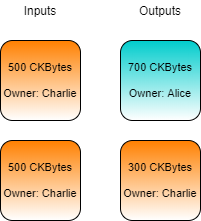
The draw.io diagram .gitbook/assets/charlie-transaction.png in jordanmack/developer-training-course-documentation, before a commit. Source tidied: cells renumbered, new cells last; positions are measured from the earlier drawing's top-left corner, leaving out a move shared by most shapes.
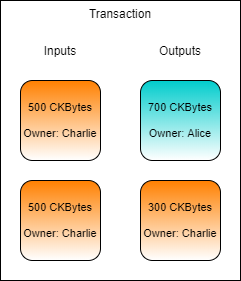
The same file after the commit.

The edit, as a diff of the source:
```diff
@@ -2,6 +2,9 @@
   <root>
     <mxCell id="0" />
     <mxCell id="1" parent="0" />
+    <mxCell id="8" value="Transaction" style="rounded=0;whiteSpace=wrap;html=1;verticalAlign=top;" parent="1" vertex="1">
+      <mxGeometry x="-20" y="-40" width="240" height="280" as="geometry" />
+    </mxCell>
     <mxCell id="2" value="700 CKBytes&lt;br&gt;&lt;br&gt;Owner: Alice" style="rounded=1;whiteSpace=wrap;html=1;fontSize=11;gradientColor=#ffffff;fillColor=#00CCCC;" parent="1" vertex="1">
       <mxGeometry x="120" y="40" width="80" height="80" as="geometry" />
     </mxCell>
```
